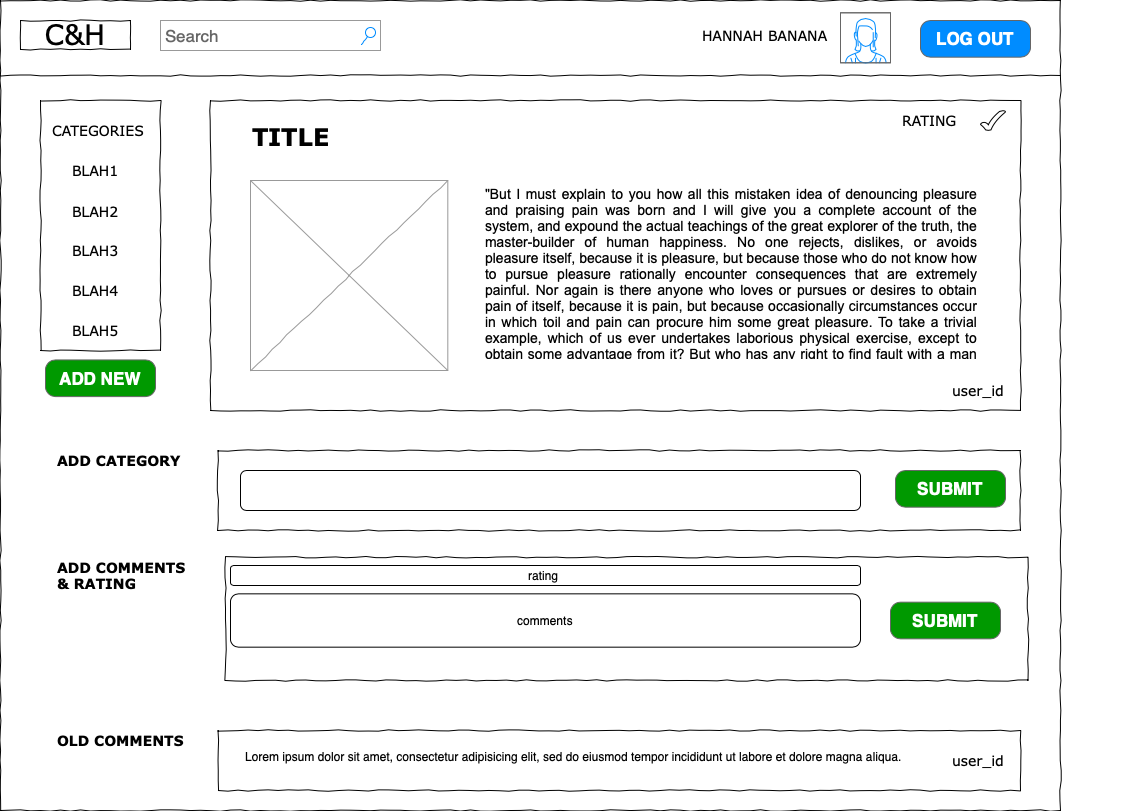
This is updated_wireframes/5_url_description.png from hannaohandrews/resource_wall, a draw.io export, as it was before one commit. Source tidied: cells renumbered, new cells last; positions are measured from the earlier drawing's top-left corner, leaving out a move shared by most shapes. Source of this version:
```xml
<mxGraphModel background="#ffffff">
  <root>
    <mxCell id="0" />
    <mxCell id="1" parent="0" />
    <mxCell id="2" style="whiteSpace=wrap;html=1;rounded=0;shadow=0;labelBackgroundColor=none;strokeColor=#000000;strokeWidth=1;fillColor=none;fontFamily=Verdana;fontSize=12;fontColor=#000000;align=center;comic=1;" parent="1" vertex="1">
      <mxGeometry width="1060" height="810" as="geometry" />
    </mxCell>
    <mxCell id="3" value="C&amp;amp;H" style="whiteSpace=wrap;html=1;rounded=0;shadow=0;labelBackgroundColor=none;strokeWidth=1;fontFamily=Verdana;fontSize=28;align=center;comic=1;" parent="1" vertex="1">
      <mxGeometry x="20" y="20" width="110" height="28.9" as="geometry" />
    </mxCell>
    <mxCell id="4" value="Search" style="strokeWidth=1;shadow=0;dashed=0;align=center;html=1;shape=mxgraph.mockup.forms.searchBox;strokeColor=#999999;mainText=;strokeColor2=#008cff;fontColor=#666666;fontSize=17;align=left;spacingLeft=3;rounded=0;labelBackgroundColor=none;comic=1;" parent="1" vertex="1">
      <mxGeometry x="160" y="20" width="220" height="30" as="geometry" />
    </mxCell>
    <mxCell id="5" value="HANNAH BANANA" style="text;html=1;align=left;verticalAlign=top;spacingTop=-4;fontSize=14;fontFamily=Verdana;" parent="1" vertex="1">
      <mxGeometry x="700" y="25" width="120" height="20" as="geometry" />
    </mxCell>
    <mxCell id="6" style="line;strokeWidth=1;html=1;rounded=0;shadow=0;labelBackgroundColor=none;fillColor=none;fontFamily=Verdana;fontSize=14;fontColor=#000000;align=center;comic=1;" parent="1" vertex="1">
      <mxGeometry y="70" width="1060" height="10" as="geometry" />
    </mxCell>
    <mxCell id="7" style="whiteSpace=wrap;html=1;rounded=0;shadow=0;labelBackgroundColor=none;strokeWidth=1;fillColor=none;fontFamily=Verdana;fontSize=12;align=center;comic=1;" parent="1" vertex="1">
      <mxGeometry x="40" y="100" width="120" height="250" as="geometry" />
    </mxCell>
    <mxCell id="8" value="CATEGORIES" style="text;html=1;align=left;verticalAlign=top;spacingTop=-4;fontSize=14;fontFamily=Verdana;" parent="1" vertex="1">
      <mxGeometry x="50" y="120" width="60" height="20" as="geometry" />
    </mxCell>
    <mxCell id="9" value="BLAH1" style="text;html=1;align=left;verticalAlign=top;spacingTop=-4;fontSize=14;fontFamily=Verdana;" parent="1" vertex="1">
      <mxGeometry x="70" y="160" width="60" height="20" as="geometry" />
    </mxCell>
    <mxCell id="10" value="BLAH2" style="text;html=1;align=left;verticalAlign=top;spacingTop=-4;fontSize=14;fontFamily=Verdana;" parent="1" vertex="1">
      <mxGeometry x="70" y="201.2" width="60" height="20" as="geometry" />
    </mxCell>
    <mxCell id="11" value="BLAH3" style="text;html=1;align=left;verticalAlign=top;spacingTop=-4;fontSize=14;fontFamily=Verdana;" parent="1" vertex="1">
      <mxGeometry x="70" y="240" width="60" height="20" as="geometry" />
    </mxCell>
    <mxCell id="12" value="LOG OUT" style="strokeWidth=1;shadow=0;dashed=0;align=center;html=1;shape=mxgraph.mockup.buttons.button;strokeColor=#666666;fontColor=#ffffff;mainText=;buttonStyle=round;fontSize=17;fontStyle=1;fillColor=#008cff;whiteSpace=wrap;" parent="1" vertex="1">
      <mxGeometry x="920" y="20" width="110" height="36.7" as="geometry" />
    </mxCell>
    <mxCell id="13" style="verticalLabelPosition=bottom;shadow=0;dashed=0;align=center;html=1;verticalAlign=top;strokeWidth=1;shape=mxgraph.mockup.containers.userFemale;strokeColor=#666666;strokeColor2=#008cff;" parent="1" vertex="1">
      <mxGeometry x="840" y="12.3" width="50" height="50" as="geometry" />
    </mxCell>
    <mxCell id="14" value="BLAH4" style="text;html=1;align=left;verticalAlign=top;spacingTop=-4;fontSize=14;fontFamily=Verdana;" parent="1" vertex="1">
      <mxGeometry x="70" y="280" width="60" height="20" as="geometry" />
    </mxCell>
    <mxCell id="15" value="BLAH5" style="text;html=1;align=left;verticalAlign=top;spacingTop=-4;fontSize=14;fontFamily=Verdana;" parent="1" vertex="1">
      <mxGeometry x="70" y="320" width="60" height="20" as="geometry" />
    </mxCell>
    <mxCell id="16" style="whiteSpace=wrap;html=1;rounded=0;shadow=0;labelBackgroundColor=none;strokeWidth=1;fillColor=none;fontFamily=Verdana;fontSize=12;align=center;comic=1;" parent="1" vertex="1">
      <mxGeometry x="217.5" y="450" width="802.5" height="80" as="geometry" />
    </mxCell>
    <mxCell id="17" value="&lt;b&gt;ADD COMMENTS &lt;br&gt;&amp;amp; RATING&lt;/b&gt;" style="text;html=1;align=left;verticalAlign=top;spacingTop=-4;fontSize=14;fontFamily=Verdana;" parent="1" vertex="1">
      <mxGeometry x="55" y="556.7" width="145" height="81.7" as="geometry" />
    </mxCell>
    <mxCell id="18" style="whiteSpace=wrap;html=1;rounded=0;shadow=0;labelBackgroundColor=none;strokeWidth=1;fillColor=none;fontFamily=Verdana;fontSize=12;align=center;comic=1;" parent="1" vertex="1">
      <mxGeometry x="210" y="100" width="810" height="310" as="geometry" />
    </mxCell>
    <mxCell id="19" value="&lt;font style=&quot;font-size: 24px&quot;&gt;&lt;b&gt;TITLE&lt;/b&gt;&lt;/font&gt;" style="text;html=1;align=left;verticalAlign=top;spacingTop=-4;fontSize=14;fontFamily=Verdana;" parent="1" vertex="1">
      <mxGeometry x="250" y="120" width="170" height="20" as="geometry" />
    </mxCell>
    <mxCell id="20" style="verticalLabelPosition=bottom;verticalAlign=top;html=1;shape=mxgraph.basic.tick;" parent="1" vertex="1">
      <mxGeometry x="980" y="110" width="25" height="20" as="geometry" />
    </mxCell>
    <mxCell id="21" value="user_id" style="text;html=1;align=left;verticalAlign=top;spacingTop=-4;fontSize=14;fontFamily=Verdana;" parent="1" vertex="1">
      <mxGeometry x="950" y="380" width="170" height="20" as="geometry" />
    </mxCell>
    <mxCell id="22" value="RATING" style="text;html=1;align=left;verticalAlign=top;spacingTop=-4;fontSize=14;fontFamily=Verdana;" parent="1" vertex="1">
      <mxGeometry x="900" y="110" width="50" height="20" as="geometry" />
    </mxCell>
    <mxCell id="23" value="ADD NEW" style="strokeWidth=1;shadow=0;dashed=0;align=center;html=1;shape=mxgraph.mockup.buttons.button;strokeColor=#666666;fontColor=#ffffff;mainText=;buttonStyle=round;fontSize=17;fontStyle=1;whiteSpace=wrap;fillColor=#009900;" parent="1" vertex="1">
      <mxGeometry x="45" y="359.4" width="110" height="36.7" as="geometry" />
    </mxCell>
    <mxCell id="24" style="verticalLabelPosition=bottom;shadow=0;dashed=0;align=center;html=1;verticalAlign=top;strokeWidth=1;shape=mxgraph.mockup.graphics.simpleIcon;strokeColor=#999999;rounded=0;labelBackgroundColor=none;fontFamily=Verdana;fontSize=14;fontColor=#000000;comic=1;" parent="1" vertex="1">
      <mxGeometry x="250" y="180" width="197.3" height="190" as="geometry" />
    </mxCell>
    <mxCell id="25" style="whiteSpace=wrap;html=1;rounded=0;shadow=0;labelBackgroundColor=none;strokeWidth=1;fillColor=none;fontFamily=Verdana;fontSize=12;align=center;comic=1;" parent="1" vertex="1">
      <mxGeometry x="217.5" y="730" width="802.5" height="60" as="geometry" />
    </mxCell>
    <mxCell id="26" value="user_id" style="text;html=1;align=left;verticalAlign=top;spacingTop=-4;fontSize=14;fontFamily=Verdana;" parent="1" vertex="1">
      <mxGeometry x="950" y="750" width="170" height="20" as="geometry" />
    </mxCell>
    <mxCell id="27" value="&lt;h1&gt;&lt;p style=&quot;font-weight: normal ; margin: 0px 0px 15px ; padding: 0px ; text-align: justify ; font-family: &amp;#34;open sans&amp;#34; , &amp;#34;arial&amp;#34; , sans-serif ; font-size: 14px&quot;&gt;&quot;But I must explain to you how all this mistaken idea of denouncing pleasure and praising pain was born and I will give you a complete account of the system, and expound the actual teachings of the great explorer of the truth, the master-builder of human happiness. No one rejects, dislikes, or avoids pleasure itself, because it is pleasure, but because those who do not know how to pursue pleasure rationally encounter consequences that are extremely painful. Nor again is there anyone who loves or pursues or desires to obtain pain of itself, because it is pain, but because occasionally circumstances occur in which toil and pain can procure him some great pleasure. To take a trivial example, which of us ever undertakes laborious physical exercise, except to obtain some advantage from it? But who has any right to find fault with a man who chooses to enjoy a pleasure that has no annoying consequences, or one who avoids a pain that produces no resultant pleasure?&quot;&lt;/p&gt;&lt;br class=&quot;Apple-interchange-newline&quot; style=&quot;font-weight: normal&quot;&gt;&lt;/h1&gt;" style="text;html=1;strokeColor=none;fillColor=none;spacing=5;spacingTop=-20;whiteSpace=wrap;overflow=hidden;rounded=0;" parent="1" vertex="1">
      <mxGeometry x="480" y="180" width="500" height="179.4" as="geometry" />
    </mxCell>
    <mxCell id="28" value="SUBMIT" style="strokeWidth=1;shadow=0;dashed=0;align=center;html=1;shape=mxgraph.mockup.buttons.button;strokeColor=#666666;fontColor=#ffffff;mainText=;buttonStyle=round;fontSize=17;fontStyle=1;whiteSpace=wrap;fillColor=#009900;" parent="1" vertex="1">
      <mxGeometry x="890" y="601.7" width="110" height="36.7" as="geometry" />
    </mxCell>
    <mxCell id="29" value="&lt;b&gt;OLD COMMENTS&lt;/b&gt;" style="text;html=1;align=left;verticalAlign=top;spacingTop=-4;fontSize=14;fontFamily=Verdana;" parent="1" vertex="1">
      <mxGeometry x="55" y="730" width="170" height="20" as="geometry" />
    </mxCell>
    <mxCell id="30" value="comments" style="rounded=1;whiteSpace=wrap;html=1;" parent="1" vertex="1">
      <mxGeometry x="230" y="593.3" width="630" height="53.3" as="geometry" />
    </mxCell>
    <mxCell id="31" value="&lt;h1&gt;&lt;br&gt;&lt;/h1&gt;&lt;p&gt;Lorem ipsum dolor sit amet, consectetur adipisicing elit, sed do eiusmod tempor incididunt ut labore et dolore magna aliqua.&lt;/p&gt;" style="text;html=1;strokeColor=none;fillColor=none;spacing=5;spacingTop=-20;whiteSpace=wrap;overflow=hidden;rounded=0;" parent="1" vertex="1">
      <mxGeometry x="240" y="700" width="700" height="90" as="geometry" />
    </mxCell>
    <mxCell id="32" value="rating&amp;nbsp;" style="rounded=1;whiteSpace=wrap;html=1;" parent="1" vertex="1">
      <mxGeometry x="230" y="565" width="630" height="20" as="geometry" />
    </mxCell>
    <mxCell id="33" value="&lt;b&gt;ADD CATEGORY&lt;/b&gt;" style="text;html=1;align=left;verticalAlign=top;spacingTop=-4;fontSize=14;fontFamily=Verdana;" parent="1" vertex="1">
      <mxGeometry x="55" y="450" width="170" height="20" as="geometry" />
    </mxCell>
    <mxCell id="34" style="whiteSpace=wrap;html=1;rounded=0;shadow=0;labelBackgroundColor=none;strokeWidth=1;fillColor=none;fontFamily=Verdana;fontSize=12;align=center;comic=1;" parent="1" vertex="1">
      <mxGeometry x="225" y="556.7" width="802.5" height="123.3" as="geometry" />
    </mxCell>
    <mxCell id="35" value="SUBMIT" style="strokeWidth=1;shadow=0;dashed=0;align=center;html=1;shape=mxgraph.mockup.buttons.button;strokeColor=#666666;fontColor=#ffffff;mainText=;buttonStyle=round;fontSize=17;fontStyle=1;whiteSpace=wrap;fillColor=#009900;" parent="1" vertex="1">
      <mxGeometry x="895" y="470" width="110" height="36.7" as="geometry" />
    </mxCell>
    <mxCell id="36" style="rounded=1;whiteSpace=wrap;html=1;" parent="1" vertex="1">
      <mxGeometry x="240" y="470" width="620" height="40" as="geometry" />
    </mxCell>
  </root>
</mxGraphModel>
```
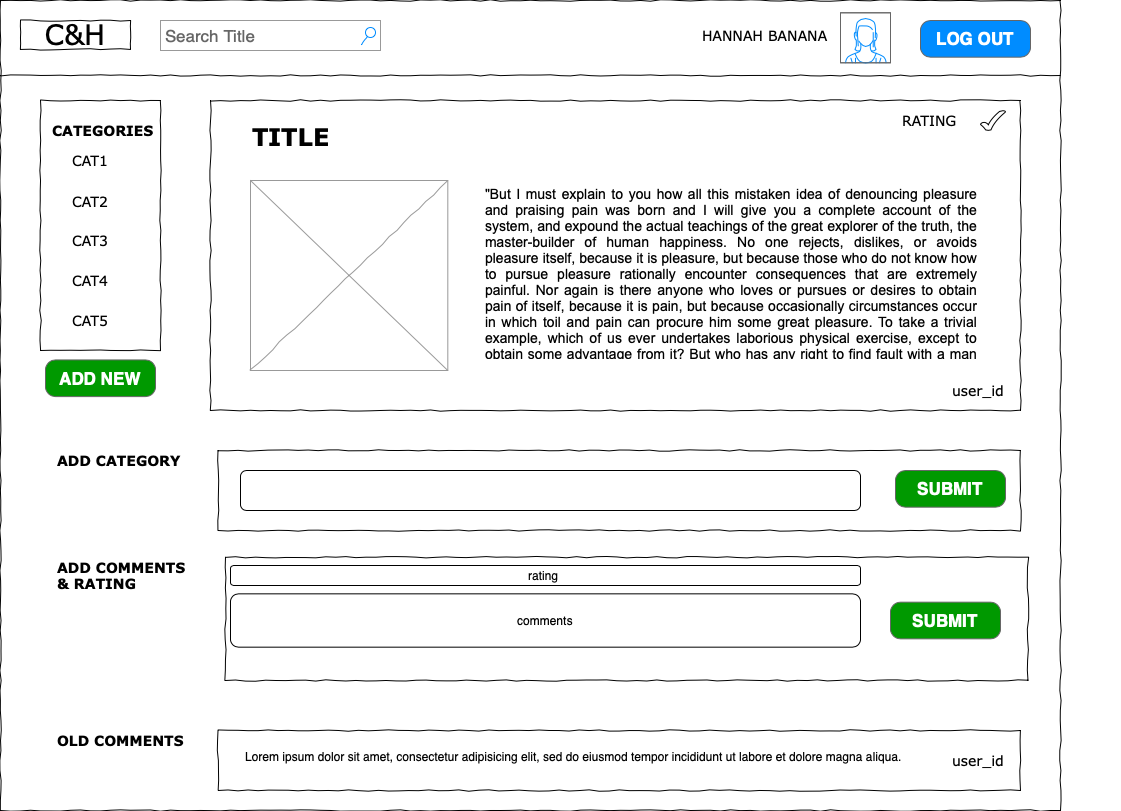
Later version of the same file.

Commit message:
added categories to the wireframes

Diff of the diagram source:
```diff
@@ -8,7 +8,7 @@
     <mxCell id="3" value="C&amp;amp;H" style="whiteSpace=wrap;html=1;rounded=0;shadow=0;labelBackgroundColor=none;strokeWidth=1;fontFamily=Verdana;fontSize=28;align=center;comic=1;" parent="1" vertex="1">
       <mxGeometry x="20" y="20" width="110" height="28.9" as="geometry" />
     </mxCell>
-    <mxCell id="4" value="Search" style="strokeWidth=1;shadow=0;dashed=0;align=center;html=1;shape=mxgraph.mockup.forms.searchBox;strokeColor=#999999;mainText=;strokeColor2=#008cff;fontColor=#666666;fontSize=17;align=left;spacingLeft=3;rounded=0;labelBackgroundColor=none;comic=1;" parent="1" vertex="1">
+    <mxCell id="4" value="Search Title" style="strokeWidth=1;shadow=0;dashed=0;align=center;html=1;shape=mxgraph.mockup.forms.searchBox;strokeColor=#999999;mainText=;strokeColor2=#008cff;fontColor=#666666;fontSize=17;align=left;spacingLeft=3;rounded=0;labelBackgroundColor=none;comic=1;" parent="1" vertex="1">
       <mxGeometry x="160" y="20" width="220" height="30" as="geometry" />
     </mxCell>
     <mxCell id="5" value="HANNAH BANANA" style="text;html=1;align=left;verticalAlign=top;spacingTop=-4;fontSize=14;fontFamily=Verdana;" parent="1" vertex="1">
@@ -20,30 +20,15 @@
     <mxCell id="7" style="whiteSpace=wrap;html=1;rounded=0;shadow=0;labelBackgroundColor=none;strokeWidth=1;fillColor=none;fontFamily=Verdana;fontSize=12;align=center;comic=1;" parent="1" vertex="1">
       <mxGeometry x="40" y="100" width="120" height="250" as="geometry" />
     </mxCell>
-    <mxCell id="8" value="CATEGORIES" style="text;html=1;align=left;verticalAlign=top;spacingTop=-4;fontSize=14;fontFamily=Verdana;" parent="1" vertex="1">
+    <mxCell id="8" value="&lt;b&gt;CATEGORIES&lt;/b&gt;" style="text;html=1;align=left;verticalAlign=top;spacingTop=-4;fontSize=14;fontFamily=Verdana;" parent="1" vertex="1">
       <mxGeometry x="50" y="120" width="60" height="20" as="geometry" />
     </mxCell>
-    <mxCell id="9" value="BLAH1" style="text;html=1;align=left;verticalAlign=top;spacingTop=-4;fontSize=14;fontFamily=Verdana;" parent="1" vertex="1">
-      <mxGeometry x="70" y="160" width="60" height="20" as="geometry" />
-    </mxCell>
-    <mxCell id="10" value="BLAH2" style="text;html=1;align=left;verticalAlign=top;spacingTop=-4;fontSize=14;fontFamily=Verdana;" parent="1" vertex="1">
-      <mxGeometry x="70" y="201.2" width="60" height="20" as="geometry" />
-    </mxCell>
-    <mxCell id="11" value="BLAH3" style="text;html=1;align=left;verticalAlign=top;spacingTop=-4;fontSize=14;fontFamily=Verdana;" parent="1" vertex="1">
-      <mxGeometry x="70" y="240" width="60" height="20" as="geometry" />
-    </mxCell>
     <mxCell id="12" value="LOG OUT" style="strokeWidth=1;shadow=0;dashed=0;align=center;html=1;shape=mxgraph.mockup.buttons.button;strokeColor=#666666;fontColor=#ffffff;mainText=;buttonStyle=round;fontSize=17;fontStyle=1;fillColor=#008cff;whiteSpace=wrap;" parent="1" vertex="1">
       <mxGeometry x="920" y="20" width="110" height="36.7" as="geometry" />
     </mxCell>
     <mxCell id="13" style="verticalLabelPosition=bottom;shadow=0;dashed=0;align=center;html=1;verticalAlign=top;strokeWidth=1;shape=mxgraph.mockup.containers.userFemale;strokeColor=#666666;strokeColor2=#008cff;" parent="1" vertex="1">
       <mxGeometry x="840" y="12.3" width="50" height="50" as="geometry" />
     </mxCell>
-    <mxCell id="14" value="BLAH4" style="text;html=1;align=left;verticalAlign=top;spacingTop=-4;fontSize=14;fontFamily=Verdana;" parent="1" vertex="1">
-      <mxGeometry x="70" y="280" width="60" height="20" as="geometry" />
-    </mxCell>
-    <mxCell id="15" value="BLAH5" style="text;html=1;align=left;verticalAlign=top;spacingTop=-4;fontSize=14;fontFamily=Verdana;" parent="1" vertex="1">
-      <mxGeometry x="70" y="320" width="60" height="20" as="geometry" />
-    </mxCell>
     <mxCell id="16" style="whiteSpace=wrap;html=1;rounded=0;shadow=0;labelBackgroundColor=none;strokeWidth=1;fillColor=none;fontFamily=Verdana;fontSize=12;align=center;comic=1;" parent="1" vertex="1">
       <mxGeometry x="217.5" y="450" width="802.5" height="80" as="geometry" />
     </mxCell>
@@ -107,5 +92,20 @@
     <mxCell id="36" style="rounded=1;whiteSpace=wrap;html=1;" parent="1" vertex="1">
       <mxGeometry x="240" y="470" width="620" height="40" as="geometry" />
     </mxCell>
+    <mxCell id="37" value="CAT1" style="text;html=1;align=left;verticalAlign=top;spacingTop=-4;fontSize=14;fontFamily=Verdana;" parent="1" vertex="1">
+      <mxGeometry x="70" y="150" width="60" height="20" as="geometry" />
+    </mxCell>
+    <mxCell id="38" value="CAT2" style="text;html=1;align=left;verticalAlign=top;spacingTop=-4;fontSize=14;fontFamily=Verdana;" parent="1" vertex="1">
+      <mxGeometry x="70" y="191.2" width="60" height="20" as="geometry" />
+    </mxCell>
+    <mxCell id="39" value="CAT3" style="text;html=1;align=left;verticalAlign=top;spacingTop=-4;fontSize=14;fontFamily=Verdana;" parent="1" vertex="1">
+      <mxGeometry x="70" y="230" width="60" height="20" as="geometry" />
+    </mxCell>
+    <mxCell id="40" value="CAT4" style="text;html=1;align=left;verticalAlign=top;spacingTop=-4;fontSize=14;fontFamily=Verdana;" parent="1" vertex="1">
+      <mxGeometry x="70" y="270" width="60" height="20" as="geometry" />
+    </mxCell>
+    <mxCell id="41" value="CAT5" style="text;html=1;align=left;verticalAlign=top;spacingTop=-4;fontSize=14;fontFamily=Verdana;" parent="1" vertex="1">
+      <mxGeometry x="70" y="310" width="60" height="20" as="geometry" />
+    </mxCell>
   </root>
 </mxGraphModel>
```
